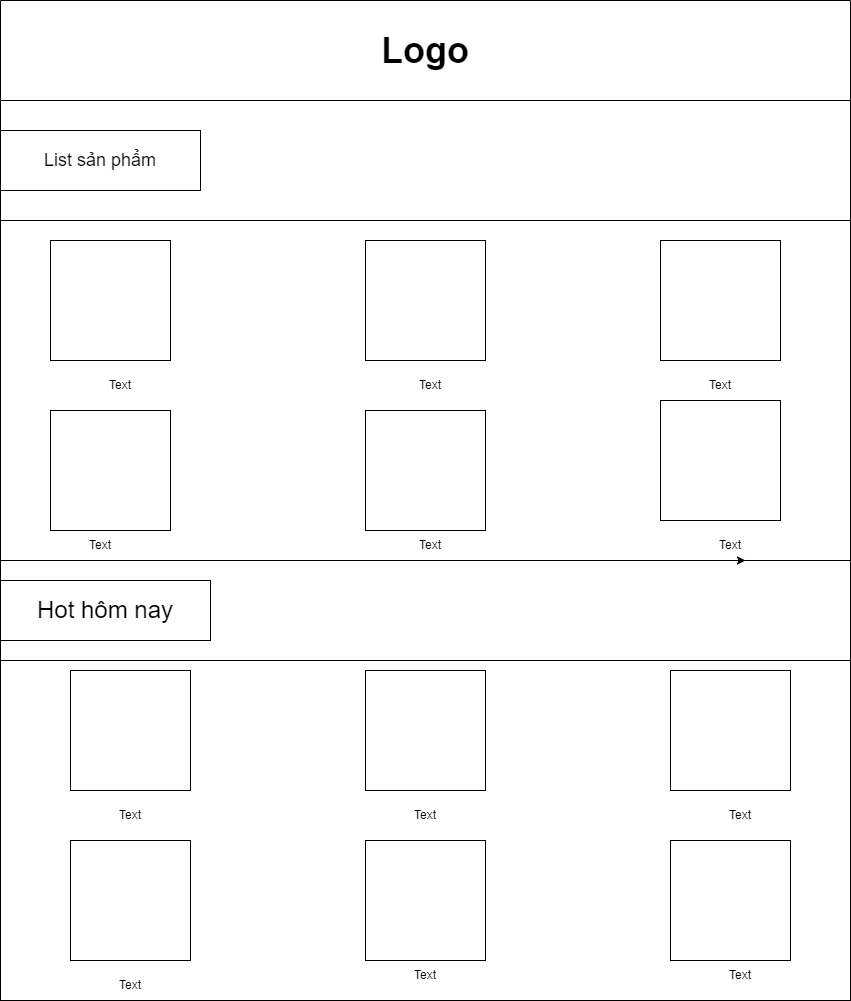
vudinhquy04/web1016_quyvd keeps this draw.io diagram as layout/Sản phẩm - máy tính.png. Above is the earlier version. Source tidied: cells renumbered, new cells last; positions are measured from the earlier drawing's top-left corner, leaving out a move shared by most shapes. Its diagram source:
```xml
<mxGraphModel>
  <root>
    <mxCell id="0" />
    <mxCell id="1" parent="0" />
    <mxCell id="2" value="&lt;font style=&quot;font-size: 36px;&quot;&gt;Logo&lt;/font&gt;" style="swimlane;whiteSpace=wrap;html=1;startSize=100;" parent="1" vertex="1">
      <mxGeometry width="850" height="1000" as="geometry" />
    </mxCell>
    <mxCell id="3" style="rounded=0;whiteSpace=wrap;html=1;" parent="2" vertex="1">
      <mxGeometry y="220" width="850" height="340" as="geometry" />
    </mxCell>
    <mxCell id="4" value="&lt;font style=&quot;font-size: 18px;&quot;&gt;List sản phẩm&lt;/font&gt;" style="rounded=0;whiteSpace=wrap;html=1;" parent="2" vertex="1">
      <mxGeometry y="130" width="200" height="60" as="geometry" />
    </mxCell>
    <mxCell id="5" style="whiteSpace=wrap;html=1;" parent="2" vertex="1">
      <mxGeometry x="50" y="240" width="120" height="120" as="geometry" />
    </mxCell>
    <mxCell id="6" style="whiteSpace=wrap;html=1;" parent="2" vertex="1">
      <mxGeometry x="365" y="240" width="120" height="120" as="geometry" />
    </mxCell>
    <mxCell id="7" style="whiteSpace=wrap;html=1;" parent="2" vertex="1">
      <mxGeometry x="660" y="240" width="120" height="120" as="geometry" />
    </mxCell>
    <mxCell id="8" style="whiteSpace=wrap;html=1;" parent="2" vertex="1">
      <mxGeometry x="50" y="410" width="120" height="120" as="geometry" />
    </mxCell>
    <mxCell id="9" style="whiteSpace=wrap;html=1;" parent="2" vertex="1">
      <mxGeometry x="365" y="410" width="120" height="120" as="geometry" />
    </mxCell>
    <mxCell id="10" style="whiteSpace=wrap;html=1;" parent="2" vertex="1">
      <mxGeometry x="660" y="400" width="120" height="120" as="geometry" />
    </mxCell>
    <mxCell id="11" value="Text" style="text;html=1;strokeColor=none;fillColor=none;align=center;verticalAlign=middle;whiteSpace=wrap;rounded=0;" parent="2" vertex="1">
      <mxGeometry x="690" y="370" width="60" height="30" as="geometry" />
    </mxCell>
    <mxCell id="12" value="Text" style="text;html=1;strokeColor=none;fillColor=none;align=center;verticalAlign=middle;whiteSpace=wrap;rounded=0;" parent="2" vertex="1">
      <mxGeometry x="90" y="370" width="60" height="30" as="geometry" />
    </mxCell>
    <mxCell id="13" value="Text" style="text;html=1;strokeColor=none;fillColor=none;align=center;verticalAlign=middle;whiteSpace=wrap;rounded=0;" parent="2" vertex="1">
      <mxGeometry x="400" y="370" width="60" height="30" as="geometry" />
    </mxCell>
    <mxCell id="14" value="Text" style="text;html=1;strokeColor=none;fillColor=none;align=center;verticalAlign=middle;whiteSpace=wrap;rounded=0;" parent="2" vertex="1">
      <mxGeometry x="700" y="530" width="60" height="30" as="geometry" />
    </mxCell>
    <mxCell id="15" style="edgeStyle=orthogonalEdgeStyle;rounded=0;orthogonalLoop=1;jettySize=auto;html=1;exitX=0.5;exitY=1;exitDx=0;exitDy=0;entryX=0.75;entryY=1;entryDx=0;entryDy=0;" parent="2" edge="1" source="14" target="14">
      <mxGeometry relative="1" as="geometry" />
    </mxCell>
    <mxCell id="16" value="Text" style="text;html=1;strokeColor=none;fillColor=none;align=center;verticalAlign=middle;whiteSpace=wrap;rounded=0;" parent="2" vertex="1">
      <mxGeometry x="70" y="530" width="60" height="30" as="geometry" />
    </mxCell>
    <mxCell id="17" value="Text" style="text;html=1;strokeColor=none;fillColor=none;align=center;verticalAlign=middle;whiteSpace=wrap;rounded=0;" parent="2" vertex="1">
      <mxGeometry x="400" y="530" width="60" height="30" as="geometry" />
    </mxCell>
    <mxCell id="18" style="rounded=0;whiteSpace=wrap;html=1;" parent="2" vertex="1">
      <mxGeometry y="660" width="850" height="340" as="geometry" />
    </mxCell>
    <mxCell id="19" value="&lt;font style=&quot;font-size: 24px;&quot;&gt;Hot hôm nay&lt;/font&gt;" style="rounded=0;whiteSpace=wrap;html=1;" parent="2" vertex="1">
      <mxGeometry y="580" width="210" height="60" as="geometry" />
    </mxCell>
    <mxCell id="20" style="whiteSpace=wrap;html=1;" parent="2" vertex="1">
      <mxGeometry x="70" y="670" width="120" height="120" as="geometry" />
    </mxCell>
    <mxCell id="21" style="whiteSpace=wrap;html=1;" parent="2" vertex="1">
      <mxGeometry x="670" y="670" width="120" height="120" as="geometry" />
    </mxCell>
    <mxCell id="22" style="whiteSpace=wrap;html=1;" parent="2" vertex="1">
      <mxGeometry x="365" y="670" width="120" height="120" as="geometry" />
    </mxCell>
    <mxCell id="23" style="whiteSpace=wrap;html=1;" parent="2" vertex="1">
      <mxGeometry x="365" y="840" width="120" height="120" as="geometry" />
    </mxCell>
    <mxCell id="24" style="whiteSpace=wrap;html=1;" parent="2" vertex="1">
      <mxGeometry x="670" y="840" width="120" height="120" as="geometry" />
    </mxCell>
    <mxCell id="25" style="whiteSpace=wrap;html=1;" parent="2" vertex="1">
      <mxGeometry x="70" y="840" width="120" height="120" as="geometry" />
    </mxCell>
    <mxCell id="26" value="Text" style="text;html=1;strokeColor=none;fillColor=none;align=center;verticalAlign=middle;whiteSpace=wrap;rounded=0;" parent="2" vertex="1">
      <mxGeometry x="710" y="800" width="60" height="30" as="geometry" />
    </mxCell>
    <mxCell id="27" value="Text" style="text;html=1;strokeColor=none;fillColor=none;align=center;verticalAlign=middle;whiteSpace=wrap;rounded=0;" parent="2" vertex="1">
      <mxGeometry x="395" y="800" width="60" height="30" as="geometry" />
    </mxCell>
    <mxCell id="28" value="Text" style="text;html=1;strokeColor=none;fillColor=none;align=center;verticalAlign=middle;whiteSpace=wrap;rounded=0;" parent="2" vertex="1">
      <mxGeometry x="100" y="800" width="60" height="30" as="geometry" />
    </mxCell>
    <mxCell id="29" value="Text" style="text;html=1;strokeColor=none;fillColor=none;align=center;verticalAlign=middle;whiteSpace=wrap;rounded=0;" parent="2" vertex="1">
      <mxGeometry x="395" y="960" width="60" height="30" as="geometry" />
    </mxCell>
    <mxCell id="30" value="Text" style="text;html=1;strokeColor=none;fillColor=none;align=center;verticalAlign=middle;whiteSpace=wrap;rounded=0;" parent="2" vertex="1">
      <mxGeometry x="710" y="960" width="60" height="30" as="geometry" />
    </mxCell>
    <mxCell id="31" value="Text" style="text;html=1;strokeColor=none;fillColor=none;align=center;verticalAlign=middle;whiteSpace=wrap;rounded=0;" parent="2" vertex="1">
      <mxGeometry x="100" y="970" width="60" height="30" as="geometry" />
    </mxCell>
    <mxCell id="32" style="whiteSpace=wrap;html=1;" parent="1" vertex="1">
      <mxGeometry x="50" y="410" width="120" height="120" as="geometry" />
    </mxCell>
  </root>
</mxGraphModel>
```
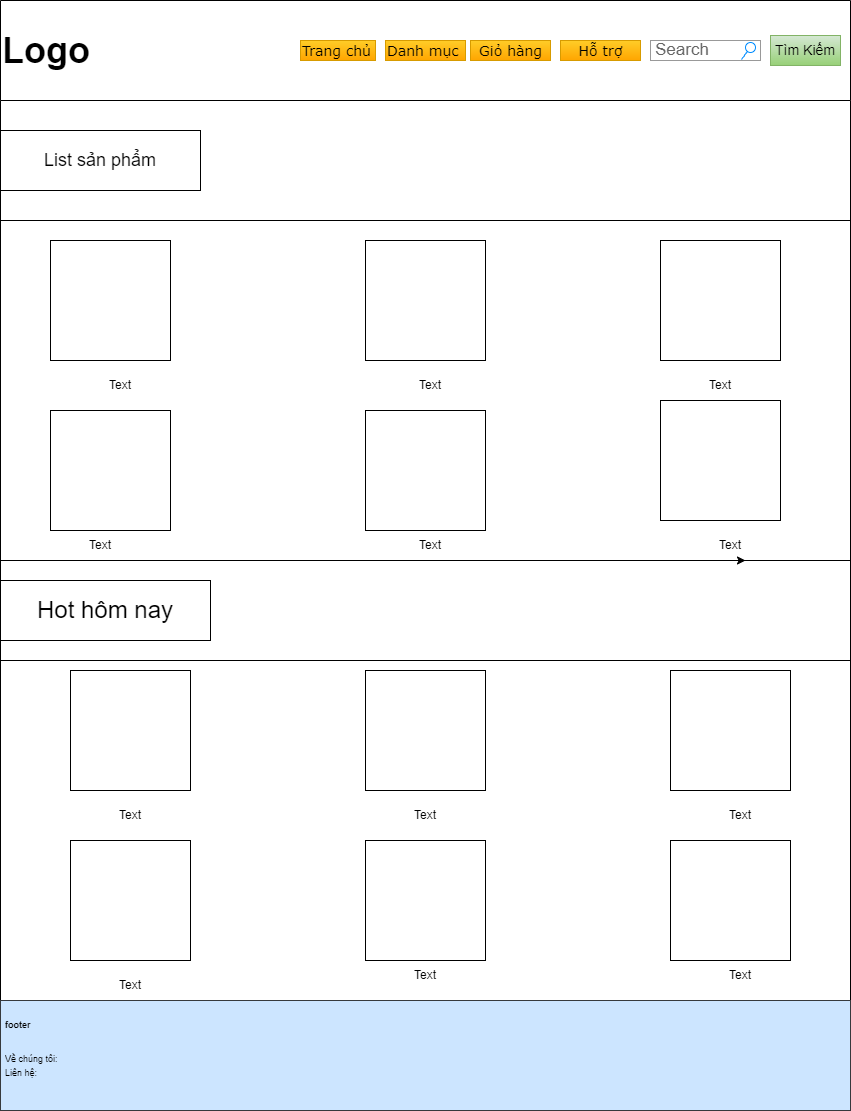
After the commit.

What changed in the source:
```diff
@@ -2,7 +2,7 @@
   <root>
     <mxCell id="0" />
     <mxCell id="1" parent="0" />
-    <mxCell id="2" value="&lt;font style=&quot;font-size: 36px;&quot;&gt;Logo&lt;/font&gt;" style="swimlane;whiteSpace=wrap;html=1;startSize=100;" parent="1" vertex="1">
+    <mxCell id="2" value="&lt;font style=&quot;font-size: 36px;&quot;&gt;Logo&lt;/font&gt;" style="swimlane;whiteSpace=wrap;html=1;startSize=100;align=left;" parent="1" vertex="1">
       <mxGeometry width="850" height="1000" as="geometry" />
     </mxCell>
     <mxCell id="3" style="rounded=0;whiteSpace=wrap;html=1;" parent="2" vertex="1">
@@ -92,8 +92,29 @@
     <mxCell id="31" value="Text" style="text;html=1;strokeColor=none;fillColor=none;align=center;verticalAlign=middle;whiteSpace=wrap;rounded=0;" parent="2" vertex="1">
       <mxGeometry x="100" y="970" width="60" height="30" as="geometry" />
     </mxCell>
+    <mxCell id="33" value="Trang chủ" style="text;html=1;align=left;verticalAlign=top;spacingTop=-4;fontSize=14;fontFamily=Verdana;fillColor=#ffcd28;gradientColor=#ffa500;strokeColor=#d79b00;" parent="2" vertex="1">
+      <mxGeometry x="300" y="40" width="75" height="20" as="geometry" />
+    </mxCell>
+    <mxCell id="34" value="Danh mục" style="text;html=1;align=left;verticalAlign=top;spacingTop=-4;fontSize=14;fontFamily=Verdana;fillColor=#ffcd28;strokeColor=#d79b00;gradientColor=#ffa500;" parent="2" vertex="1">
+      <mxGeometry x="385" y="40" width="80" height="20" as="geometry" />
+    </mxCell>
+    <mxCell id="35" value="Giỏ hàng" style="text;html=1;align=center;verticalAlign=top;spacingTop=-4;fontSize=14;fontFamily=Verdana;fillColor=#ffcd28;strokeColor=#d79b00;gradientColor=#ffa500;" parent="2" vertex="1">
+      <mxGeometry x="470" y="40" width="80" height="20" as="geometry" />
+    </mxCell>
+    <mxCell id="36" value="Hỗ trợ" style="text;html=1;align=center;verticalAlign=top;spacingTop=-4;fontSize=14;fontFamily=Verdana;fillColor=#ffcd28;strokeColor=#d79b00;gradientColor=#ffa500;" parent="2" vertex="1">
+      <mxGeometry x="560" y="40" width="80" height="20" as="geometry" />
+    </mxCell>
+    <mxCell id="37" value="Search" style="strokeWidth=1;shadow=0;dashed=0;align=center;html=1;shape=mxgraph.mockup.forms.searchBox;strokeColor=#999999;mainText=;strokeColor2=#008cff;fontColor=#666666;fontSize=17;align=left;spacingLeft=3;rounded=0;labelBackgroundColor=none;comic=1;" parent="2" vertex="1">
+      <mxGeometry x="650" y="40" width="110" height="20" as="geometry" />
+    </mxCell>
+    <mxCell id="38" value="&lt;p style=&quot;line-height: 120%;&quot;&gt;&lt;font style=&quot;font-size: 14px;&quot;&gt;Tìm Kiếm&lt;/font&gt;&lt;/p&gt;" style="text;html=1;strokeColor=#82b366;fillColor=#d5e8d4;align=center;verticalAlign=middle;whiteSpace=wrap;rounded=0;gradientColor=#97d077;" parent="2" vertex="1">
+      <mxGeometry x="770" y="35" width="70" height="30" as="geometry" />
+    </mxCell>
     <mxCell id="32" style="whiteSpace=wrap;html=1;" parent="1" vertex="1">
       <mxGeometry x="50" y="410" width="120" height="120" as="geometry" />
     </mxCell>
+    <mxCell id="39" value="&lt;h1&gt;&lt;font style=&quot;font-size: 9px;&quot;&gt;footer&lt;/font&gt;&lt;/h1&gt;&lt;div&gt;&lt;font style=&quot;font-size: 9px;&quot;&gt;Về chúng tôi:&lt;/font&gt;&lt;/div&gt;&lt;div&gt;&lt;font style=&quot;font-size: 9px;&quot;&gt;Liên hệ:&lt;/font&gt;&lt;/div&gt;" style="text;html=1;strokeColor=#36393d;fillColor=#cce5ff;spacing=5;spacingTop=-20;whiteSpace=wrap;overflow=hidden;rounded=0;" parent="1" vertex="1">
+      <mxGeometry y="1000" width="850" height="110" as="geometry" />
+    </mxCell>
   </root>
 </mxGraphModel>
```
